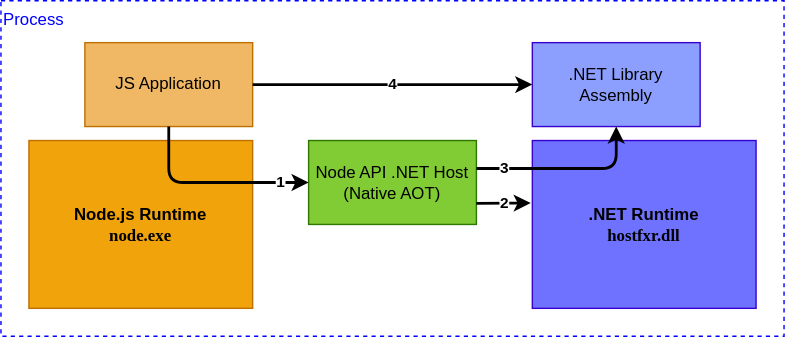
microsoft/node-api-dotnet keeps this draw.io diagram as Docs/JStoDotnet.drawio.svg. Above is the earlier version. Source tidied: cells renumbered, new cells last; positions are measured from the earlier drawing's top-left corner, leaving out a move shared by most shapes. Its diagram source:
```xml
<mxGraphModel>
  <root>
    <mxCell id="0" />
    <mxCell id="1" parent="0" />
    <mxCell id="2" value="&amp;nbsp;&amp;nbsp;&lt;font color=&quot;#0000ff&quot;&gt;Process&lt;/font&gt;" style="rounded=0;whiteSpace=wrap;html=1;fillColor=none;align=left;verticalAlign=top;dashed=1;strokeColor=#0000FF;" parent="1" vertex="1">
      <mxGeometry width="560" height="240" as="geometry" />
    </mxCell>
    <mxCell id="3" value="&lt;b&gt;Node.js Runtime&lt;br&gt;&lt;font face=&quot;Consolas&quot;&gt;node.exe&lt;/font&gt;&lt;/b&gt;" style="rounded=0;whiteSpace=wrap;html=1;verticalAlign=middle;fillColor=#f0a30a;fontColor=#000000;strokeColor=#BD7000;" parent="1" vertex="1">
      <mxGeometry x="20" y="100" width="160" height="120" as="geometry" />
    </mxCell>
    <mxCell id="4" value="&lt;b&gt;.NET Runtime&lt;br&gt;&lt;font face=&quot;Consolas&quot;&gt;hostfxr.dll&lt;/font&gt;&lt;/b&gt;" style="rounded=0;whiteSpace=wrap;html=1;fillColor=#6E72FF;fontColor=#000000;strokeColor=#3700CC;" parent="1" vertex="1">
      <mxGeometry x="380" y="100" width="160" height="120" as="geometry" />
    </mxCell>
    <mxCell id="5" value="Node API .NET Host&lt;br&gt;(Native AOT)" style="rounded=0;whiteSpace=wrap;html=1;fillColor=#81CC35;fontColor=#000000;strokeColor=#2D7600;" parent="1" vertex="1">
      <mxGeometry x="220" y="100" width="120" height="60" as="geometry" />
    </mxCell>
    <mxCell id="6" value="JS Application" style="rounded=0;whiteSpace=wrap;html=1;fillColor=#F0B865;fontColor=#000000;strokeColor=#BD7000;" parent="1" vertex="1">
      <mxGeometry x="60" y="30" width="120" height="60" as="geometry" />
    </mxCell>
    <mxCell id="7" value=".NET Library Assembly" style="rounded=0;whiteSpace=wrap;html=1;fillColor=#8C9FFF;fontColor=#000000;strokeColor=#3700CC;" parent="1" vertex="1">
      <mxGeometry x="380" y="30" width="120" height="60" as="geometry" />
    </mxCell>
    <mxCell id="8" value="1" style="endArrow=classic;html=1;entryX=0;entryY=0.5;entryDx=0;entryDy=0;rounded=1;edgeStyle=orthogonalEdgeStyle;exitX=0.5;exitY=1;exitDx=0;exitDy=0;strokeWidth=2;labelBackgroundColor=default;fontStyle=1;" parent="1" edge="1" source="6" target="5">
      <mxGeometry x="0.71" relative="1" as="geometry" />
    </mxCell>
    <mxCell id="9" value="2" style="endArrow=classic;html=1;rounded=1;exitX=1;exitY=0.75;exitDx=0;exitDy=0;strokeWidth=2;entryX=-0.007;entryY=0.372;entryDx=0;entryDy=0;entryPerimeter=0;labelBackgroundColor=default;fontStyle=1;" parent="1" edge="1" source="5" target="4">
      <mxGeometry relative="1" as="geometry" />
    </mxCell>
    <mxCell id="10" value="3" style="endArrow=classic;html=1;entryX=0.5;entryY=1;entryDx=0;entryDy=0;rounded=1;edgeStyle=orthogonalEdgeStyle;strokeWidth=2;labelBackgroundColor=default;fontStyle=1;" parent="1" edge="1" target="7">
      <mxGeometry x="-0.69" relative="1" as="geometry">
        <mxPoint x="340" y="120" as="sourcePoint" />
        <Array as="points">
          <mxPoint x="440" y="120" />
        </Array>
      </mxGeometry>
    </mxCell>
    <mxCell id="11" value="4" style="endArrow=classic;html=1;entryX=0;entryY=0.5;entryDx=0;entryDy=0;rounded=1;edgeStyle=orthogonalEdgeStyle;exitX=1;exitY=0.5;exitDx=0;exitDy=0;strokeWidth=2;fontStyle=1;" parent="1" edge="1" source="6" target="7">
      <mxGeometry relative="1" as="geometry">
        <Array as="points">
          <mxPoint x="220" y="60" />
          <mxPoint x="220" y="60" />
        </Array>
      </mxGeometry>
    </mxCell>
  </root>
</mxGraphModel>
```
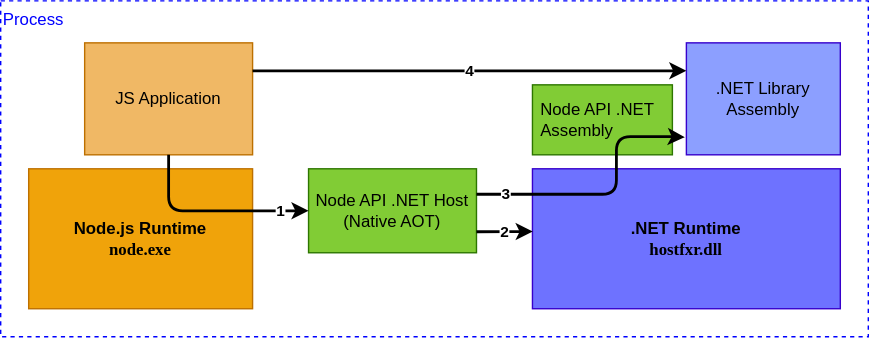
Later version of the same file.

Diff of the diagram source:
```diff
@@ -3,44 +3,48 @@
     <mxCell id="0" />
     <mxCell id="1" parent="0" />
     <mxCell id="2" value="&amp;nbsp;&amp;nbsp;&lt;font color=&quot;#0000ff&quot;&gt;Process&lt;/font&gt;" style="rounded=0;whiteSpace=wrap;html=1;fillColor=none;align=left;verticalAlign=top;dashed=1;strokeColor=#0000FF;" parent="1" vertex="1">
-      <mxGeometry width="560" height="240" as="geometry" />
+      <mxGeometry width="620" height="240" as="geometry" />
     </mxCell>
     <mxCell id="3" value="&lt;b&gt;Node.js Runtime&lt;br&gt;&lt;font face=&quot;Consolas&quot;&gt;node.exe&lt;/font&gt;&lt;/b&gt;" style="rounded=0;whiteSpace=wrap;html=1;verticalAlign=middle;fillColor=#f0a30a;fontColor=#000000;strokeColor=#BD7000;" parent="1" vertex="1">
-      <mxGeometry x="20" y="100" width="160" height="120" as="geometry" />
+      <mxGeometry x="20" y="120" width="160" height="100" as="geometry" />
     </mxCell>
     <mxCell id="4" value="&lt;b&gt;.NET Runtime&lt;br&gt;&lt;font face=&quot;Consolas&quot;&gt;hostfxr.dll&lt;/font&gt;&lt;/b&gt;" style="rounded=0;whiteSpace=wrap;html=1;fillColor=#6E72FF;fontColor=#000000;strokeColor=#3700CC;" parent="1" vertex="1">
-      <mxGeometry x="380" y="100" width="160" height="120" as="geometry" />
+      <mxGeometry x="380" y="120" width="220" height="100" as="geometry" />
     </mxCell>
     <mxCell id="5" value="Node API .NET Host&lt;br&gt;(Native AOT)" style="rounded=0;whiteSpace=wrap;html=1;fillColor=#81CC35;fontColor=#000000;strokeColor=#2D7600;" parent="1" vertex="1">
-      <mxGeometry x="220" y="100" width="120" height="60" as="geometry" />
+      <mxGeometry x="220" y="120" width="120" height="60" as="geometry" />
     </mxCell>
     <mxCell id="6" value="JS Application" style="rounded=0;whiteSpace=wrap;html=1;fillColor=#F0B865;fontColor=#000000;strokeColor=#BD7000;" parent="1" vertex="1">
-      <mxGeometry x="60" y="30" width="120" height="60" as="geometry" />
+      <mxGeometry x="60" y="30" width="120" height="80" as="geometry" />
     </mxCell>
     <mxCell id="7" value=".NET Library Assembly" style="rounded=0;whiteSpace=wrap;html=1;fillColor=#8C9FFF;fontColor=#000000;strokeColor=#3700CC;" parent="1" vertex="1">
-      <mxGeometry x="380" y="30" width="120" height="60" as="geometry" />
+      <mxGeometry x="490" y="30" width="110" height="80" as="geometry" />
     </mxCell>
     <mxCell id="8" value="1" style="endArrow=classic;html=1;entryX=0;entryY=0.5;entryDx=0;entryDy=0;rounded=1;edgeStyle=orthogonalEdgeStyle;exitX=0.5;exitY=1;exitDx=0;exitDy=0;strokeWidth=2;labelBackgroundColor=default;fontStyle=1;" parent="1" edge="1" source="6" target="5">
       <mxGeometry x="0.71" relative="1" as="geometry" />
     </mxCell>
-    <mxCell id="9" value="2" style="endArrow=classic;html=1;rounded=1;exitX=1;exitY=0.75;exitDx=0;exitDy=0;strokeWidth=2;entryX=-0.007;entryY=0.372;entryDx=0;entryDy=0;entryPerimeter=0;labelBackgroundColor=default;fontStyle=1;" parent="1" edge="1" source="5" target="4">
+    <mxCell id="9" value="2" style="endArrow=classic;html=1;rounded=1;exitX=1;exitY=0.75;exitDx=0;exitDy=0;strokeWidth=2;entryX=0.001;entryY=0.448;entryDx=0;entryDy=0;entryPerimeter=0;labelBackgroundColor=default;fontStyle=1;" parent="1" edge="1" source="5" target="4">
       <mxGeometry relative="1" as="geometry" />
     </mxCell>
+    <mxCell id="11" value="4" style="endArrow=classic;html=1;entryX=0;entryY=0.25;entryDx=0;entryDy=0;rounded=1;edgeStyle=orthogonalEdgeStyle;exitX=1;exitY=0.25;exitDx=0;exitDy=0;strokeWidth=2;fontStyle=1;" parent="1" edge="1" source="6" target="7">
+      <mxGeometry relative="1" as="geometry">
+        <Array as="points">
+          <mxPoint x="310" y="50" />
+          <mxPoint x="310" y="50" />
+        </Array>
+      </mxGeometry>
+    </mxCell>
+    <mxCell id="12" value="Node API .NET&lt;br&gt;Assembly" style="rounded=0;whiteSpace=wrap;html=1;fillColor=#81CC35;fontColor=#000000;strokeColor=#2D7600;verticalAlign=middle;align=left;spacingLeft=4;spacingRight=0;" parent="1" vertex="1">
+      <mxGeometry x="380" y="60" width="100" height="50" as="geometry" />
+    </mxCell>
-    <mxCell id="10" value="3" style="endArrow=classic;html=1;entryX=0.5;entryY=1;entryDx=0;entryDy=0;rounded=1;edgeStyle=orthogonalEdgeStyle;strokeWidth=2;labelBackgroundColor=default;fontStyle=1;" parent="1" edge="1" target="7">
-      <mxGeometry x="-0.69" relative="1" as="geometry">
-        <mxPoint x="340" y="120" as="sourcePoint" />
+    <mxCell id="10" value="3" style="endArrow=classic;html=1;entryX=-0.01;entryY=0.843;entryDx=0;entryDy=0;rounded=1;edgeStyle=orthogonalEdgeStyle;strokeWidth=2;labelBackgroundColor=default;fontStyle=1;exitX=1;exitY=0.303;exitDx=0;exitDy=0;exitPerimeter=0;entryPerimeter=0;" parent="1" edge="1" source="5" target="7">
+      <mxGeometry x="-0.78" relative="1" as="geometry">
         <Array as="points">
-          <mxPoint x="440" y="120" />
+          <mxPoint x="440" y="138" />
+          <mxPoint x="440" y="97" />
+          <mxPoint x="479" y="97" />
         </Array>
       </mxGeometry>
     </mxCell>
-    <mxCell id="11" value="4" style="endArrow=classic;html=1;entryX=0;entryY=0.5;entryDx=0;entryDy=0;rounded=1;edgeStyle=orthogonalEdgeStyle;exitX=1;exitY=0.5;exitDx=0;exitDy=0;strokeWidth=2;fontStyle=1;" parent="1" edge="1" source="6" target="7">
-      <mxGeometry relative="1" as="geometry">
-        <Array as="points">
-          <mxPoint x="220" y="60" />
-          <mxPoint x="220" y="60" />
-        </Array>
-      </mxGeometry>
-    </mxCell>
   </root>
 </mxGraphModel>
```
